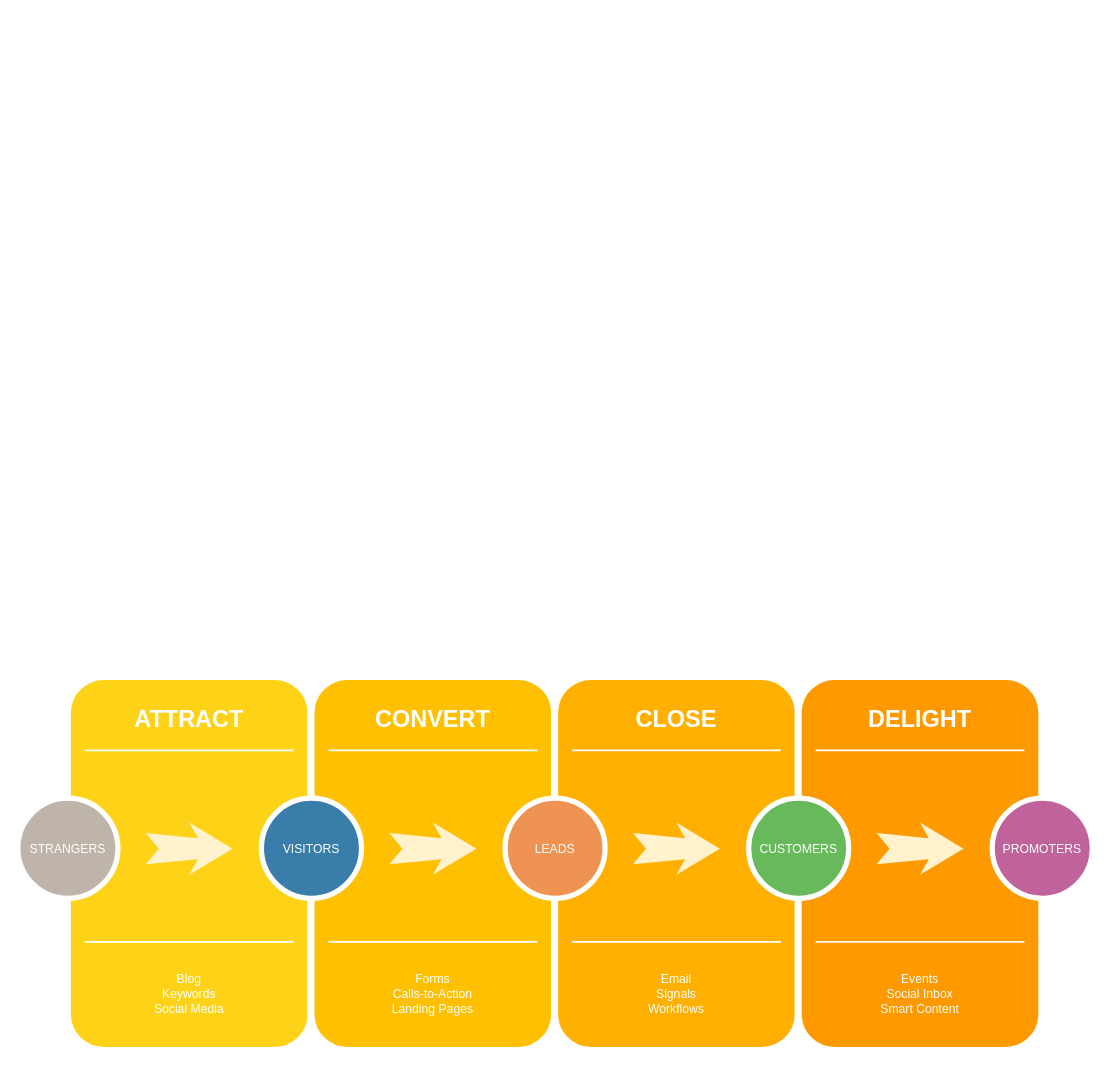
Above: Untitled Diagram.drawio in nieweglp/civitta_task (draw.io), before the change. Source tidied: cells renumbered, new cells numbered last; positions are measured from the earlier drawing's top-left corner, leaving out a move shared by most shapes. Both pictures are drawn from the tidied source at 87%, with x=0, y=0 at pixel (17, 676). Pictures stored in the file or linked from it are replaced by grey dashed boxes.
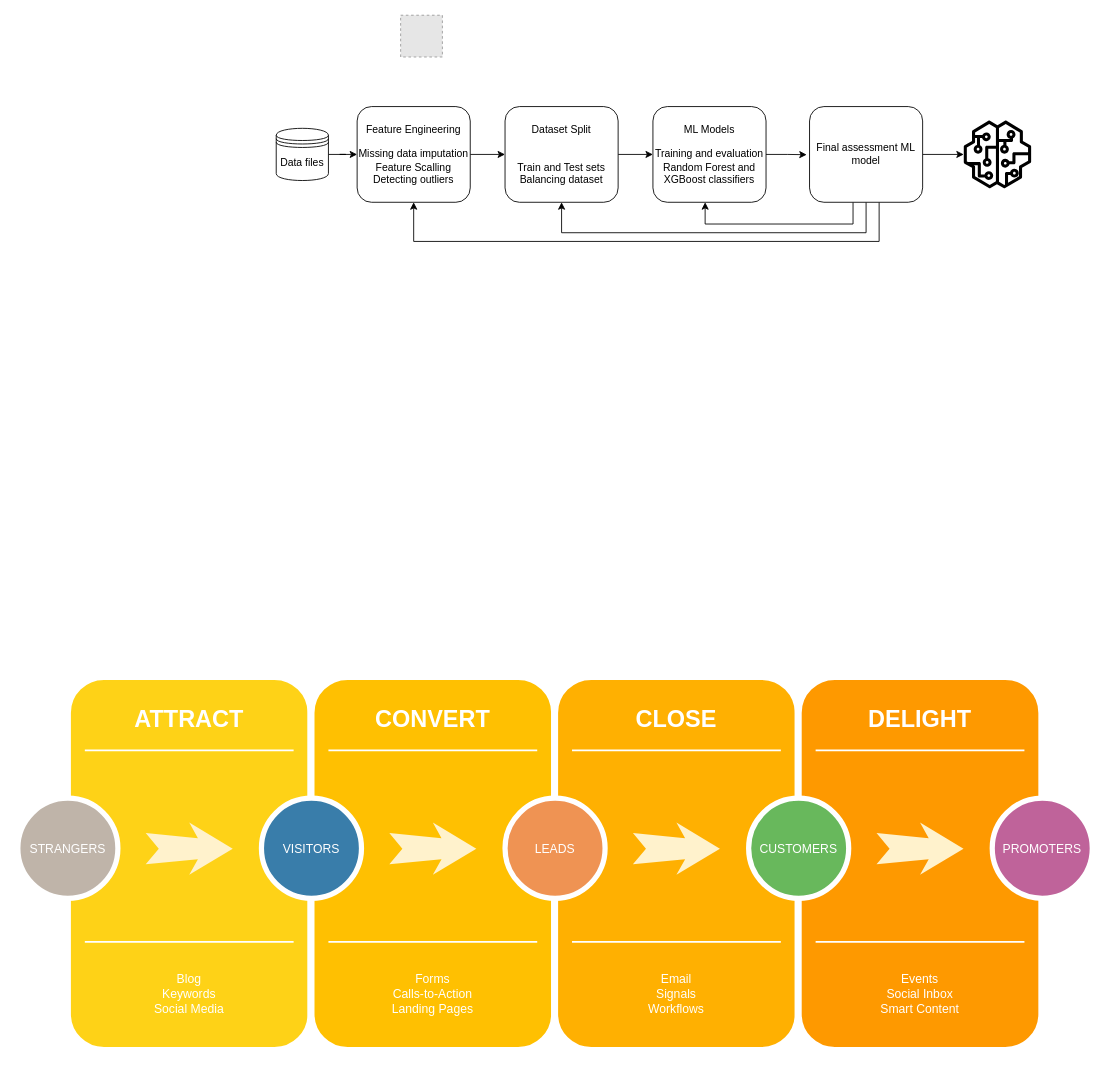
Above is the later version.

What changed in the source:
```diff
@@
+    <mxCell id="31" style="edgeStyle=orthogonalEdgeStyle;rounded=0;jettySize=auto;html=1;entryX=0;entryY=0.5;entryDx=0;entryDy=0;" parent="1" edge="1" source="32" target="36">
+      <mxGeometry relative="1" as="geometry" />
+    </mxCell>
+    <mxCell id="32" value="Data files" style="shape=datastore;whiteSpace=wrap;html=1;" parent="1" vertex="1">
+      <mxGeometry x="297" y="-630" width="60" height="60" as="geometry" />
+    </mxCell>
+    <mxCell id="33" style="fillColor=#E6E6E6;strokeColor=#999999;dashed=1;verticalLabelPosition=bottom;labelBackgroundColor=#ffffff;verticalAlign=top;" parent="1" vertex="1">
+      <mxGeometry x="440" y="-760" width="48" height="48" as="geometry" />
+    </mxCell>
+    <mxCell id="34" style="sketch=0;outlineConnect=0;dashed=0;verticalLabelPosition=bottom;verticalAlign=top;align=center;html=1;fontSize=12;fontStyle=0;shape=mxgraph.aws4.sagemaker_model;strokeColor=#36393d;fillColor=#000000;gradientColor=default;" parent="1" vertex="1">
+      <mxGeometry x="1087" y="-639" width="78" height="78" as="geometry" />
+    </mxCell>
+    <mxCell id="35" style="edgeStyle=orthogonalEdgeStyle;rounded=0;jettySize=auto;html=1;" parent="1" edge="1" source="36" target="38">
+      <mxGeometry relative="1" as="geometry" />
+    </mxCell>
+    <mxCell id="36" value="Feature Engineering&lt;br&gt;&lt;br&gt;Missing data imputation&lt;div&gt;Feature Scalling&lt;/div&gt;&lt;div&gt;Detecting outliers&lt;/div&gt;" style="rounded=1;whiteSpace=wrap;html=1;" parent="1" vertex="1">
+      <mxGeometry x="390" y="-655" width="130" height="110" as="geometry" />
+    </mxCell>
+    <mxCell id="37" style="edgeStyle=orthogonalEdgeStyle;rounded=0;jettySize=auto;html=1;entryX=0;entryY=0.5;entryDx=0;entryDy=0;" parent="1" edge="1" source="38" target="39">
+      <mxGeometry relative="1" as="geometry" />
+    </mxCell>
+    <mxCell id="38" value="Dataset Split&lt;br&gt;&lt;br&gt;&lt;br&gt;Train and Test sets&lt;div&gt;Balancing dataset&lt;/div&gt;" style="rounded=1;whiteSpace=wrap;html=1;" parent="1" vertex="1">
+      <mxGeometry x="560" y="-655" width="130" height="110" as="geometry" />
+    </mxCell>
+    <mxCell id="39" value="ML Models&lt;br&gt;&lt;br&gt;Training and evaluation Random Forest and XGBoost classifiers" style="rounded=1;whiteSpace=wrap;html=1;" parent="1" vertex="1">
+      <mxGeometry x="730" y="-655" width="130" height="110" as="geometry" />
+    </mxCell>
+    <mxCell id="40" style="edgeStyle=orthogonalEdgeStyle;rounded=0;jettySize=auto;html=1;entryX=0.5;entryY=1;entryDx=0;entryDy=0;" parent="1" edge="1" source="44" target="36">
+      <mxGeometry relative="1" as="geometry">
+        <Array as="points">
+          <mxPoint x="990" y="-500" />
+          <mxPoint x="455" y="-500" />
+        </Array>
+      </mxGeometry>
+    </mxCell>
+    <mxCell id="41" style="edgeStyle=orthogonalEdgeStyle;rounded=0;jettySize=auto;html=1;entryX=0.5;entryY=1;entryDx=0;entryDy=0;" parent="1" edge="1" source="44" target="38">
+      <mxGeometry relative="1" as="geometry">
+        <Array as="points">
+          <mxPoint x="975" y="-510" />
+          <mxPoint x="625" y="-510" />
+        </Array>
+      </mxGeometry>
+    </mxCell>
+    <mxCell id="42" style="edgeStyle=orthogonalEdgeStyle;rounded=0;jettySize=auto;html=1;" parent="1" edge="1" source="44" target="39">
+      <mxGeometry relative="1" as="geometry">
+        <Array as="points">
+          <mxPoint x="960" y="-520" />
+          <mxPoint x="790" y="-520" />
+        </Array>
+      </mxGeometry>
+    </mxCell>
+    <mxCell id="43" style="edgeStyle=orthogonalEdgeStyle;rounded=0;jettySize=auto;html=1;" parent="1" edge="1" source="44" target="34">
+      <mxGeometry relative="1" as="geometry" />
+    </mxCell>
+    <mxCell id="44" value="Final assessment ML model" style="rounded=1;whiteSpace=wrap;html=1;" parent="1" vertex="1">
+      <mxGeometry x="910" y="-655" width="130" height="110" as="geometry" />
+    </mxCell>
+    <mxCell id="45" style="edgeStyle=orthogonalEdgeStyle;rounded=0;jettySize=auto;html=1;entryX=-0.025;entryY=0.503;entryDx=0;entryDy=0;entryPerimeter=0;" parent="1" edge="1" source="39" target="44">
+      <mxGeometry relative="1" as="geometry" />
+    </mxCell>
```
